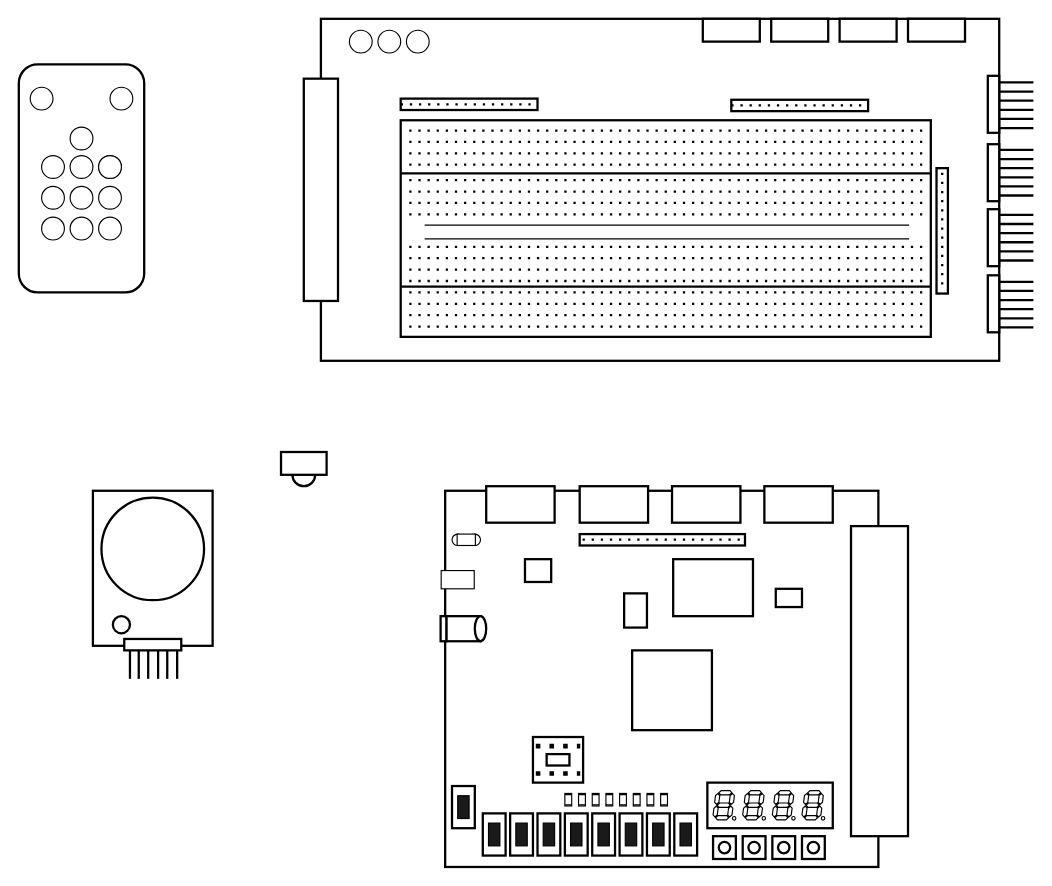
Before: page "Components" (1 of 4) of Diagrams/diagrams.drawio in beebdev/Brown_3601, a draw.io diagram. Source tidied: cells renumbered, new cells numbered last; positions are measured from the earlier drawing's top-left corner, leaving out a move shared by most shapes. Both pictures are drawn from the tidied source at 114%, with x=0, y=0 at pixel (18, 18).
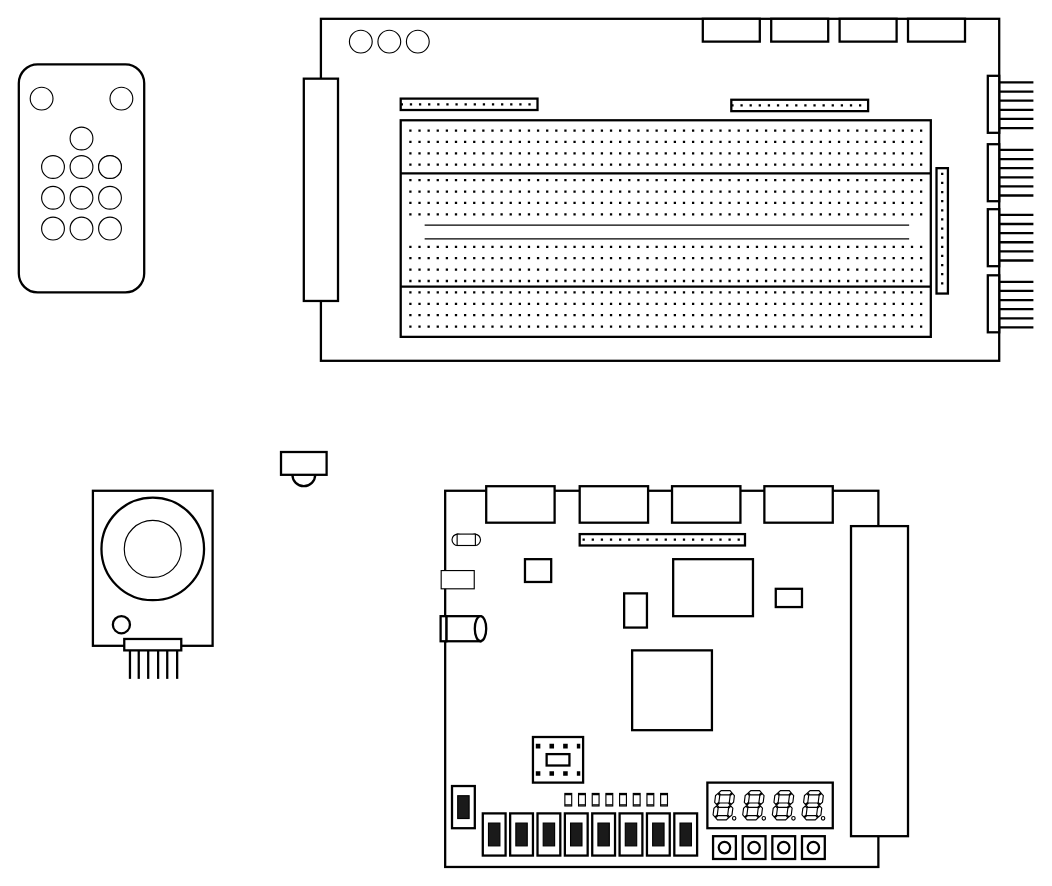
The same diagram, later.

Unchanged cells that the change refers to:
```xml
<mxCell id="5" style="group;" parent="1" vertex="1">
  <mxGeometry x="65" y="414" width="105" height="165" as="geometry" />
</mxCell>
```

The edit, as a diff of the source:
```diff
@@
+    <mxCell id="161" style="ellipse;whiteSpace=wrap;html=1;" parent="5" vertex="1">
+      <mxGeometry x="27.5" y="26" width="50" height="50" as="geometry" />
+    </mxCell>
```
